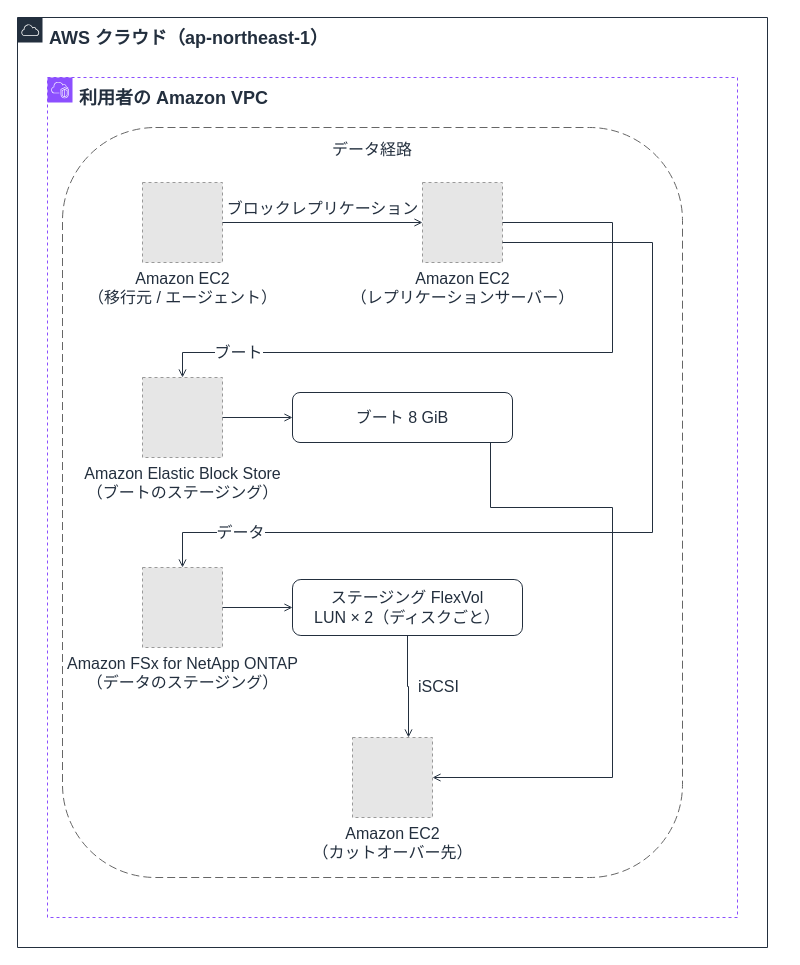
Yoshiki0705/vmware-migration-ec2-ontap keeps this draw.io diagram as docs/_assets/diagrams/atx-fsxn-data-path.drawio. Above is the earlier version. Source tidied: cells renumbered, new cells numbered last; positions are measured from the earlier drawing's top-left corner, leaving out a move shared by most shapes. Both pictures are drawn from the tidied source at 100%, with x=0, y=0 at pixel (17, 17). Pictures stored in the file or linked from it are replaced by grey dashed boxes.
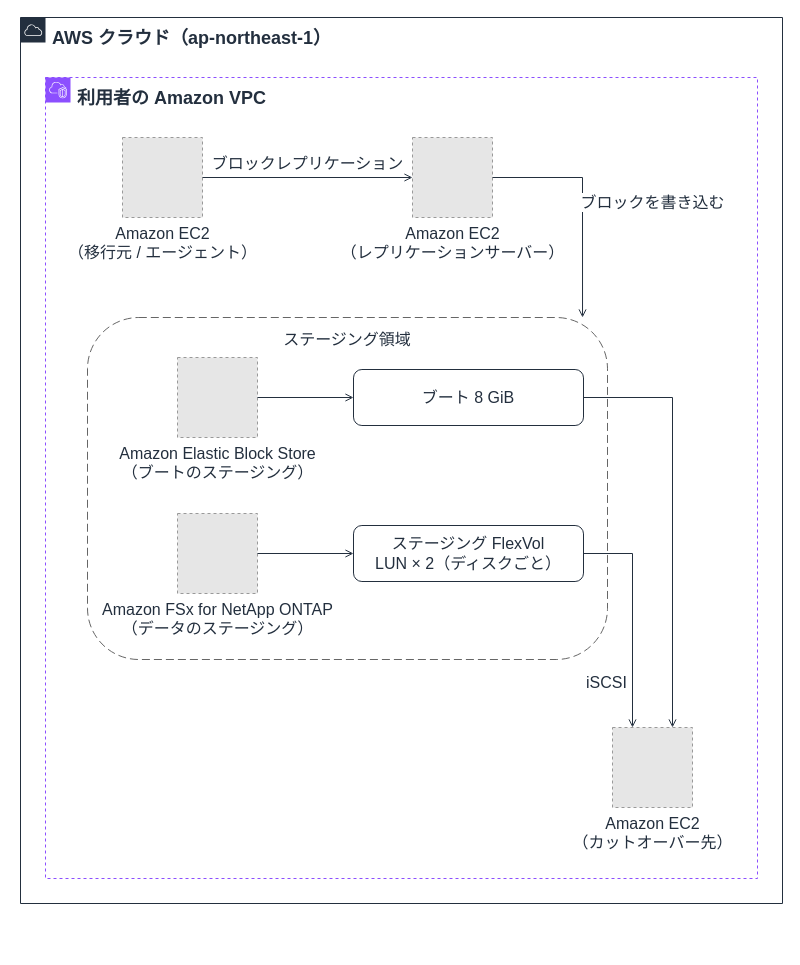
Above is the later version.

What changed in the source:
```diff
@@
     <mxCell id="2" value="AWS クラウド（ap-northeast-1）" style="gradientColor=none;html=1;whiteSpace=wrap;fontSize=18;fontStyle=1;fontColor=#232F3E;shape=mxgraph.aws4.group;grIcon=mxgraph.aws4.group_aws_cloud;strokeColor=#232F3E;fillColor=none;verticalAlign=top;align=left;spacingLeft=30;spacingTop=4;dashed=0;" parent="1" vertex="1">
-      <mxGeometry width="750" height="930" as="geometry" />
+      <mxGeometry x="3" width="762" height="886" as="geometry" />
     </mxCell>
     <mxCell id="3" value="利用者の Amazon VPC" style="gradientColor=none;html=1;whiteSpace=wrap;fontSize=18;fontStyle=1;fontColor=#232F3E;shape=mxgraph.aws4.group;grIcon=mxgraph.aws4.group_vpc2;strokeColor=#8C4FFF;fillColor=none;verticalAlign=top;align=left;spacingLeft=30;spacingTop=4;dashed=1;" parent="1" vertex="1">
-      <mxGeometry x="30" y="60" width="690" height="840" as="geometry" />
+      <mxGeometry x="28" y="60" width="712" height="801" as="geometry" />
     </mxCell>
-    <mxCell id="4" value="データ経路" style="rounded=1;whiteSpace=wrap;html=1;dashed=1;dashPattern=8 4;strokeColor=#666666;fillColor=none;fontColor=#232F3E;fontSize=16;verticalAlign=top;align=center;spacingTop=6;" parent="1" vertex="1">
-      <mxGeometry x="45" y="110" width="620" height="750" as="geometry" />
-    </mxCell>
+    <mxCell id="19" value="ステージング領域" style="rounded=1;whiteSpace=wrap;html=1;dashed=1;dashPattern=8 4;strokeColor=#666666;fillColor=none;fontColor=#232F3E;fontSize=16;verticalAlign=top;align=center;spacingTop=6;" parent="1" vertex="1">
+      <mxGeometry x="70" y="300" width="520" height="342" as="geometry" />
+    </mxCell>
     <mxCell id="5" value="ブート 8 GiB" style="rounded=1;whiteSpace=wrap;html=1;strokeColor=#232F3E;fillColor=none;fontColor=#232F3E;fontSize=16;verticalAlign=middle;align=center;" parent="1" vertex="1">
-      <mxGeometry x="275" y="375" width="220" height="50" as="geometry" />
+      <mxGeometry x="336" y="352" width="230" height="56" as="geometry" />
     </mxCell>
     <mxCell id="6" value="ステージング FlexVol&#10;LUN × 2（ディスクごと）" style="rounded=1;whiteSpace=wrap;html=1;strokeColor=#232F3E;fillColor=none;fontColor=#232F3E;fontSize=16;verticalAlign=middle;align=center;" parent="1" vertex="1">
-      <mxGeometry x="275" y="562" width="230" height="56" as="geometry" />
+      <mxGeometry x="336" y="508" width="230" height="56" as="geometry" />
     </mxCell>
     <mxCell id="7" value="Amazon EC2&#10;（移行元 / エージェント）" style="fillColor=#E6E6E6;strokeColor=#999999;dashed=1;html=1;verticalLabelPosition=bottom;verticalAlign=top;labelPosition=center;align=center;fontSize=16;fontColor=#232F3E;" parent="1" vertex="1">
-      <mxGeometry x="125" y="165" width="80" height="80" as="geometry" />
+      <mxGeometry x="105" y="120" width="80" height="80" as="geometry" />
     </mxCell>
     <mxCell id="8" value="Amazon EC2&#10;（レプリケーションサーバー）" style="fillColor=#E6E6E6;strokeColor=#999999;dashed=1;html=1;verticalLabelPosition=bottom;verticalAlign=top;labelPosition=center;align=center;fontSize=16;fontColor=#232F3E;" parent="1" vertex="1">
-      <mxGeometry x="405" y="165" width="80" height="80" as="geometry" />
+      <mxGeometry x="395" y="120" width="80" height="80" as="geometry" />
     </mxCell>
     <mxCell id="9" value="Amazon Elastic Block Store&#10;（ブートのステージング）" style="fillColor=#E6E6E6;strokeColor=#999999;dashed=1;html=1;verticalLabelPosition=bottom;verticalAlign=top;labelPosition=center;align=center;fontSize=16;fontColor=#232F3E;" parent="1" vertex="1">
-      <mxGeometry x="125" y="360" width="80" height="80" as="geometry" />
+      <mxGeometry x="160" y="340" width="80" height="80" as="geometry" />
     </mxCell>
     <mxCell id="10" value="Amazon FSx for NetApp ONTAP&#10;（データのステージング）" style="fillColor=#E6E6E6;strokeColor=#999999;dashed=1;html=1;verticalLabelPosition=bottom;verticalAlign=top;labelPosition=center;align=center;fontSize=16;fontColor=#232F3E;" parent="1" vertex="1">
-      <mxGeometry x="125" y="550" width="80" height="80" as="geometry" />
+      <mxGeometry x="160" y="496" width="80" height="80" as="geometry" />
     </mxCell>
     <mxCell id="11" value="Amazon EC2&#10;（カットオーバー先）" style="fillColor=#E6E6E6;strokeColor=#999999;dashed=1;html=1;verticalLabelPosition=bottom;verticalAlign=top;labelPosition=center;align=center;fontSize=16;fontColor=#232F3E;" parent="1" vertex="1">
-      <mxGeometry x="335" y="720" width="80" height="80" as="geometry" />
+      <mxGeometry x="595" y="710" width="80" height="80" as="geometry" />
     </mxCell>
@@
-    <mxCell id="13" value="ブート" style="edgeStyle=orthogonalEdgeStyle;rounded=0;html=1;endArrow=open;endFill=0;strokeColor=#232F3E;strokeWidth=1;fontSize=16;fontColor=#232F3E;labelBackgroundColor=#FFFFFF;exitX=1;exitY=0.5;exitDx=0;exitDy=0;entryX=0.5;entryY=0;entryDx=0;entryDy=0;" parent="1" edge="1" source="8" target="9">
-      <mxGeometry x="0.9" relative="1" as="geometry">
+    <mxCell id="13" value="ブロックを書き込む" style="edgeStyle=orthogonalEdgeStyle;rounded=0;html=1;endArrow=open;endFill=0;strokeColor=#232F3E;strokeWidth=1;fontSize=16;fontColor=#232F3E;labelBackgroundColor=#FFFFFF;exitX=1;exitY=0.5;exitDx=0;exitDy=0;entryX=0.952;entryY=0;entryDx=0;entryDy=0;" parent="1" edge="1" source="8" target="19">
+      <mxGeometry relative="1" as="geometry">
         <Array as="points">
-          <mxPoint x="595" y="205" />
-          <mxPoint x="595" y="335" />
-          <mxPoint x="165" y="335" />
+          <mxPoint x="565" y="160" />
         </Array>
-        <mxPoint x="46" as="offset" />
+        <mxPoint x="70" as="offset" />
       </mxGeometry>
     </mxCell>
-    <mxCell id="14" value="データ" style="edgeStyle=orthogonalEdgeStyle;rounded=0;html=1;endArrow=open;endFill=0;strokeColor=#232F3E;strokeWidth=1;fontSize=16;fontColor=#232F3E;labelBackgroundColor=#FFFFFF;exitX=1;exitY=0.75;exitDx=0;exitDy=0;entryX=0.5;entryY=0;entryDx=0;entryDy=0;" parent="1" edge="1" source="8" target="10">
-      <mxGeometry x="0.9" relative="1" as="geometry">
-        <Array as="points">
-          <mxPoint x="635" y="225" />
-          <mxPoint x="635" y="515" />
-          <mxPoint x="165" y="515" />
-        </Array>
-        <mxPoint x="46" as="offset" />
-      </mxGeometry>
+    <mxCell id="14" style="edgeStyle=orthogonalEdgeStyle;rounded=0;html=1;endArrow=open;endFill=0;strokeColor=#232F3E;strokeWidth=1;fontSize=16;fontColor=#232F3E;labelBackgroundColor=#FFFFFF;exitX=1;exitY=0.5;exitDx=0;exitDy=0;entryX=0;entryY=0.5;entryDx=0;entryDy=0;" parent="1" edge="1" source="9" target="5">
+      <mxGeometry relative="1" as="geometry" />
     </mxCell>
-    <mxCell id="15" style="edgeStyle=orthogonalEdgeStyle;rounded=0;html=1;endArrow=open;endFill=0;strokeColor=#232F3E;strokeWidth=1;fontSize=16;fontColor=#232F3E;labelBackgroundColor=#FFFFFF;exitX=1;exitY=0.5;exitDx=0;exitDy=0;entryX=0;entryY=0.5;entryDx=0;entryDy=0;" parent="1" edge="1" source="9" target="5">
+    <mxCell id="15" style="edgeStyle=orthogonalEdgeStyle;rounded=0;html=1;endArrow=open;endFill=0;strokeColor=#232F3E;strokeWidth=1;fontSize=16;fontColor=#232F3E;labelBackgroundColor=#FFFFFF;exitX=1;exitY=0.5;exitDx=0;exitDy=0;entryX=0;entryY=0.5;entryDx=0;entryDy=0;" parent="1" edge="1" source="10" target="6">
       <mxGeometry relative="1" as="geometry" />
     </mxCell>
-    <mxCell id="16" style="edgeStyle=orthogonalEdgeStyle;rounded=0;html=1;endArrow=open;endFill=0;strokeColor=#232F3E;strokeWidth=1;fontSize=16;fontColor=#232F3E;labelBackgroundColor=#FFFFFF;exitX=1;exitY=0.5;exitDx=0;exitDy=0;entryX=0;entryY=0.5;entryDx=0;entryDy=0;" parent="1" edge="1" source="10" target="6">
-      <mxGeometry relative="1" as="geometry" />
+    <mxCell id="16" style="edgeStyle=orthogonalEdgeStyle;rounded=0;html=1;endArrow=open;endFill=0;strokeColor=#232F3E;strokeWidth=1;fontSize=16;fontColor=#232F3E;labelBackgroundColor=#FFFFFF;exitX=1;exitY=0.5;exitDx=0;exitDy=0;entryX=0.75;entryY=0;entryDx=0;entryDy=0;" parent="1" edge="1" source="5" target="11">
+      <mxGeometry relative="1" as="geometry">
+        <Array as="points">
+          <mxPoint x="655" y="380" />
+        </Array>
+      </mxGeometry>
     </mxCell>
-    <mxCell id="17" style="edgeStyle=orthogonalEdgeStyle;rounded=0;html=1;endArrow=open;endFill=0;strokeColor=#232F3E;strokeWidth=1;fontSize=16;fontColor=#232F3E;labelBackgroundColor=#FFFFFF;exitX=0.9;exitY=1;exitDx=0;exitDy=0;entryX=1;entryY=0.5;entryDx=0;entryDy=0;" parent="1" edge="1" source="5" target="11">
-      <mxGeometry relative="1" as="geometry">
+    <mxCell id="17" value="iSCSI" style="edgeStyle=orthogonalEdgeStyle;rounded=0;html=1;endArrow=open;endFill=0;strokeColor=#232F3E;strokeWidth=1;fontSize=16;fontColor=#232F3E;labelBackgroundColor=#FFFFFF;exitX=1;exitY=0.5;exitDx=0;exitDy=0;entryX=0.25;entryY=0;entryDx=0;entryDy=0;" parent="1" edge="1" source="6" target="11">
+      <mxGeometry x="0.6" relative="1" as="geometry">
         <Array as="points">
-          <mxPoint x="473" y="490" />
-          <mxPoint x="595" y="490" />
-          <mxPoint x="595" y="760" />
+          <mxPoint x="615" y="536" />
         </Array>
+        <mxPoint x="-26" as="offset" />
       </mxGeometry>
     </mxCell>
-    <mxCell id="18" value="iSCSI" style="edgeStyle=orthogonalEdgeStyle;rounded=0;html=1;endArrow=open;endFill=0;strokeColor=#232F3E;strokeWidth=1;fontSize=16;fontColor=#232F3E;labelBackgroundColor=#FFFFFF;exitX=0.5;exitY=1;exitDx=0;exitDy=0;entryX=0.7;entryY=0;entryDx=0;entryDy=0;" parent="1" edge="1" source="6" target="11">
-      <mxGeometry relative="1" as="geometry">
-        <mxPoint x="30" as="offset" />
-      </mxGeometry>
-    </mxCell>
```
